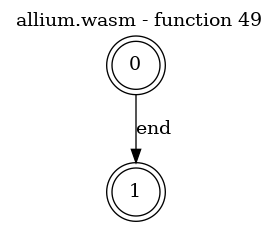
The Graphviz diagram test_cases/allium/funcs/allium-func49.png in jsCarleton/wanalyze, before a commit. Its source is kept beside it as test_cases/allium/funcs/allium-func49.dot. Its diagram source:
```dot
digraph finite_state_machine {
    label = "allium.wasm - function 49"
    labelloc =  t
    labelfontsize = 16
    labelfontcolor = black
    labelfontname = "Helvetica"
    node [shape = doublecircle]; 0 1;
    node [shape = circle];
    0 -> 1[label = "end"];
}
```
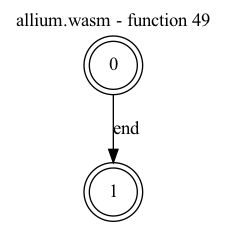
Above is the later version.

What changed in the source:
```diff
@@ -6,5 +6,5 @@
     labelfontname = "Helvetica"
     node [shape = doublecircle]; 0 1;
     node [shape = circle];
-    0 -> 1[label = "end"];
+    0 -> 1[label="end"];
 }
```
